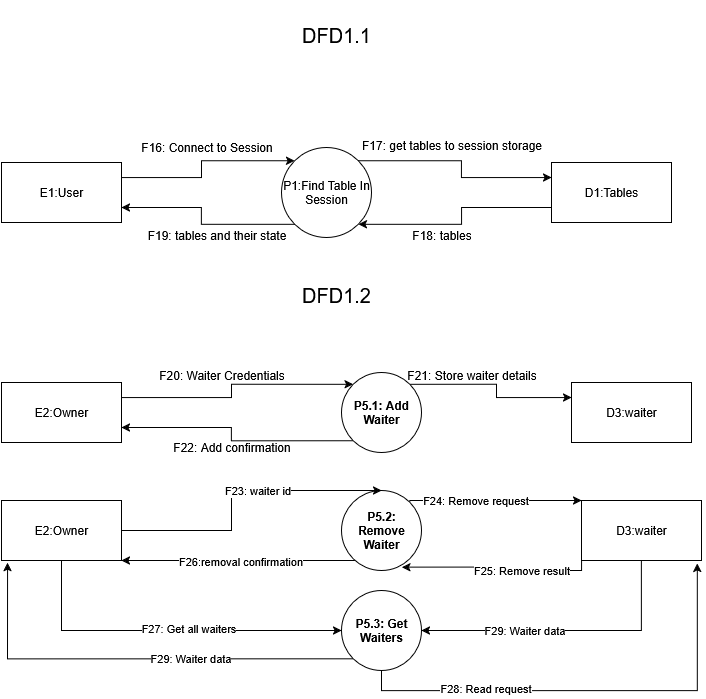
Earlier version of the draw.io export Diagrams/DFD1.2Waiter_Handler.drawio.png (EyasSh/Resturant). Source tidied: cells renumbered, new cells last; positions are measured from the earlier drawing's top-left corner, leaving out a move shared by most shapes.
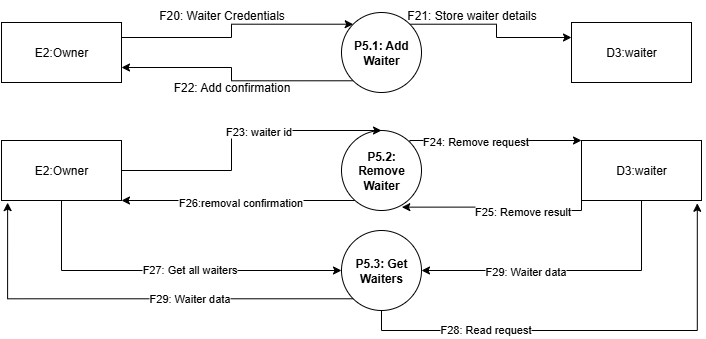
After the commit.

Change to the diagram source:
```diff
@@ -2,9 +2,6 @@
   <root>
     <mxCell id="0" />
     <mxCell id="1" parent="0" />
-    <mxCell id="2" value="DFD1.2" style="text;html=1;align=center;verticalAlign=middle;whiteSpace=wrap;rounded=0;fontSize=20;" parent="1" vertex="1">
-      <mxGeometry x="270" y="260" width="130" height="70" as="geometry" />
-    </mxCell>
     <mxCell id="3" style="edgeStyle=orthogonalEdgeStyle;rounded=0;jettySize=auto;html=1;exitX=1;exitY=0.25;exitDx=0;exitDy=0;entryX=0;entryY=0;entryDx=0;entryDy=0;" parent="1" edge="1" source="4" target="8">
       <mxGeometry relative="1" as="geometry" />
     </mxCell>
@@ -112,41 +109,5 @@
     <mxCell id="31" value="F29: Waiter data" style="edgeLabel;html=1;align=center;verticalAlign=middle;" parent="30" vertex="1">
       <mxGeometry x="-0.26" y="-1" relative="1" as="geometry" />
     </mxCell>
-    <mxCell id="32" style="edgeStyle=orthogonalEdgeStyle;rounded=0;jettySize=auto;html=1;exitX=1;exitY=0.25;exitDx=0;exitDy=0;entryX=0;entryY=0;entryDx=0;entryDy=0;" parent="1" edge="1" source="33" target="38">
-      <mxGeometry relative="1" as="geometry" />
-    </mxCell>
-    <mxCell id="33" value="E1:User" style="rounded=0;whiteSpace=wrap;html=1;" parent="1" vertex="1">
-      <mxGeometry y="162" width="120" height="60" as="geometry" />
-    </mxCell>
-    <mxCell id="34" style="edgeStyle=orthogonalEdgeStyle;rounded=0;jettySize=auto;html=1;exitX=0;exitY=0.75;exitDx=0;exitDy=0;entryX=1;entryY=1;entryDx=0;entryDy=0;" parent="1" edge="1" source="35" target="38">
-      <mxGeometry relative="1" as="geometry" />
-    </mxCell>
-    <mxCell id="35" value="D1:Tables" style="rounded=0;whiteSpace=wrap;html=1;" parent="1" vertex="1">
-      <mxGeometry x="550" y="162" width="120" height="60" as="geometry" />
-    </mxCell>
-    <mxCell id="36" style="edgeStyle=orthogonalEdgeStyle;rounded=0;jettySize=auto;html=1;exitX=1;exitY=0;exitDx=0;exitDy=0;entryX=0;entryY=0.25;entryDx=0;entryDy=0;" parent="1" edge="1" source="38" target="35">
-      <mxGeometry relative="1" as="geometry" />
-    </mxCell>
-    <mxCell id="37" style="edgeStyle=orthogonalEdgeStyle;rounded=0;jettySize=auto;html=1;exitX=0;exitY=1;exitDx=0;exitDy=0;entryX=1;entryY=0.75;entryDx=0;entryDy=0;" parent="1" edge="1" source="38" target="33">
-      <mxGeometry relative="1" as="geometry" />
-    </mxCell>
-    <mxCell id="38" value="P1:Find Table In Session" style="ellipse;whiteSpace=wrap;html=1;" parent="1" vertex="1">
-      <mxGeometry x="280" y="147" width="90" height="90" as="geometry" />
-    </mxCell>
-    <mxCell id="39" value="&lt;div&gt;F16: Connect to Session&lt;/div&gt;" style="text;html=1;align=center;verticalAlign=middle;strokeColor=none;fillColor=none;" parent="1" vertex="1">
-      <mxGeometry x="130" y="132" width="150" height="30" as="geometry" />
-    </mxCell>
-    <mxCell id="40" value="F17: get tables to session storage" style="text;html=1;align=center;verticalAlign=middle;strokeColor=none;fillColor=none;" parent="1" vertex="1">
-      <mxGeometry x="350" y="130" width="200" height="30" as="geometry" />
-    </mxCell>
-    <mxCell id="41" value="F18: tables" style="text;html=1;align=center;verticalAlign=middle;strokeColor=none;fillColor=none;" parent="1" vertex="1">
-      <mxGeometry x="400" y="220" width="80" height="30" as="geometry" />
-    </mxCell>
-    <mxCell id="42" value="&lt;div&gt;F19: tables and their state&lt;/div&gt;" style="text;html=1;align=center;verticalAlign=middle;strokeColor=none;fillColor=none;" parent="1" vertex="1">
-      <mxGeometry x="135" y="220" width="160" height="30" as="geometry" />
-    </mxCell>
-    <mxCell id="43" value="DFD1.1" style="text;html=1;align=center;verticalAlign=middle;whiteSpace=wrap;rounded=0;fontSize=20;" parent="1" vertex="1">
-      <mxGeometry x="270" width="130" height="70" as="geometry" />
-    </mxCell>
   </root>
 </mxGraphModel>
```
